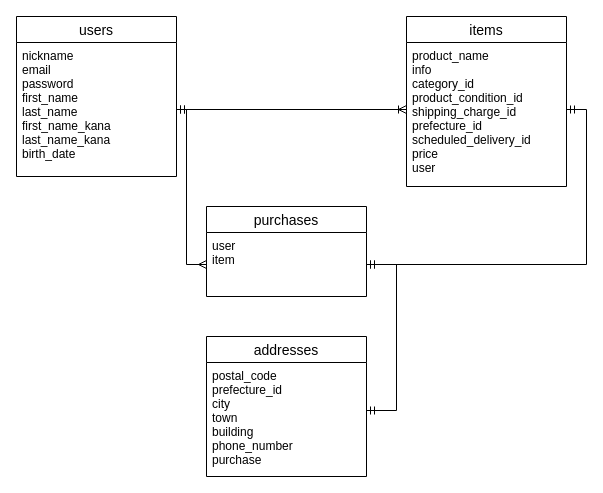
The draw.io diagram test.dio in kodairafumikazu/furima-33027, before the edit. Source tidied: cells renumbered, new cells numbered last; positions are measured from the earlier drawing's top-left corner, leaving out a move shared by most shapes. Both pictures are drawn from the tidied source at 100%, with x=0, y=0 at pixel (16, 16).
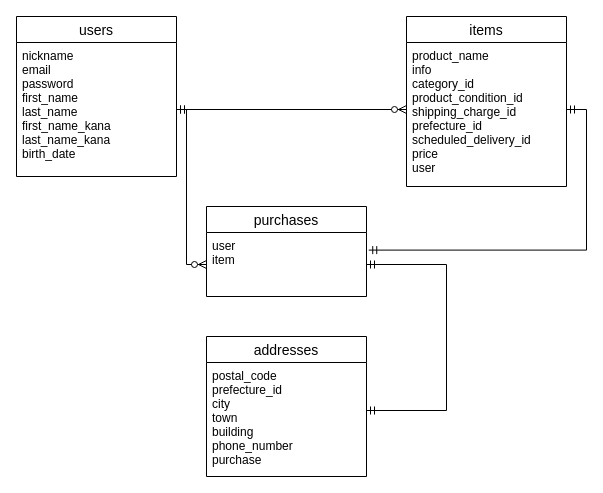
Above is the later version.

What changed in the source:
```diff
@@
 <mxGraphModel>
   <root>
     <mxCell id="0" />
     <mxCell id="1" parent="0" />
     <mxCell id="2" value="users" style="swimlane;fontStyle=0;horizontal=1;startSize=26;align=center;fontSize=14;" parent="1" vertex="1">
       <mxGeometry width="160" height="160" as="geometry" />
     </mxCell>
     <mxCell id="3" value="nickname&#10;email&#10;password&#10;first_name&#10;last_name&#10;first_name_kana&#10;last_name_kana&#10;birth_date&#10;" style="text;strokeColor=none;fillColor=none;spacingLeft=4;spacingRight=4;overflow=hidden;points=[[0,0.5],[1,0.5]];portConstraint=eastwest;fontSize=12;" parent="2" vertex="1">
       <mxGeometry y="26" width="160" height="134" as="geometry" />
     </mxCell>
     <mxCell id="4" value="addresses" style="swimlane;fontStyle=0;horizontal=1;startSize=26;align=center;fontSize=14;" parent="1" vertex="1">
       <mxGeometry x="190" y="320" width="160" height="140" as="geometry" />
     </mxCell>
     <mxCell id="5" value="postal_code&#10;prefecture_id&#10;city&#10;town&#10;building&#10;phone_number&#10;purchase" style="text;strokeColor=none;fillColor=none;spacingLeft=4;spacingRight=4;overflow=hidden;points=[[0,0.5],[1,0.5]];portConstraint=eastwest;fontSize=12;" parent="4" vertex="1">
       <mxGeometry y="26" width="160" height="114" as="geometry" />
     </mxCell>
     <mxCell id="6" value="purchases" style="swimlane;fontStyle=0;horizontal=1;startSize=26;align=center;fontSize=14;" parent="1" vertex="1">
       <mxGeometry x="190" y="190" width="160" height="90" as="geometry" />
     </mxCell>
     <mxCell id="7" value="user&#10;item" style="text;strokeColor=none;fillColor=none;spacingLeft=4;spacingRight=4;overflow=hidden;points=[[0,0.5],[1,0.5]];portConstraint=eastwest;fontSize=12;" parent="6" vertex="1">
       <mxGeometry y="26" width="160" height="64" as="geometry" />
     </mxCell>
     <mxCell id="8" value="items" style="swimlane;fontStyle=0;horizontal=1;startSize=26;align=center;fontSize=14;" parent="1" vertex="1">
       <mxGeometry x="390" width="160" height="170" as="geometry" />
     </mxCell>
-    <mxCell id="9" style="edgeStyle=orthogonalEdgeStyle;rounded=0;jettySize=auto;html=1;entryX=0;entryY=0.5;entryDx=0;entryDy=0;startArrow=ERmandOne;startFill=0;endArrow=ERmany;endFill=0;" parent="1" edge="1" source="3" target="7">
+    <mxCell id="9" style="edgeStyle=orthogonalEdgeStyle;rounded=0;jettySize=auto;html=1;entryX=0;entryY=0.5;entryDx=0;entryDy=0;startArrow=ERmandOne;startFill=0;endArrow=ERzeroToMany;endFill=1;" parent="1" edge="1" source="3" target="7">
       <mxGeometry relative="1" as="geometry">
         <Array as="points">
           <mxPoint x="170" y="93" />
           <mxPoint x="170" y="248" />
         </Array>
       </mxGeometry>
     </mxCell>
+    <mxCell id="11" style="edgeStyle=orthogonalEdgeStyle;rounded=0;jettySize=auto;html=1;startArrow=ERmandOne;startFill=0;endArrow=ERmandOne;endFill=0;" parent="1" edge="1" source="7" target="5">
+      <mxGeometry relative="1" as="geometry">
+        <Array as="points">
+          <mxPoint x="430" y="248" />
+          <mxPoint x="430" y="394" />
+        </Array>
+      </mxGeometry>
+    </mxCell>
-    <mxCell id="10" style="edgeStyle=orthogonalEdgeStyle;rounded=0;jettySize=auto;html=1;entryX=1;entryY=0.5;entryDx=0;entryDy=0;startArrow=ERmandOne;startFill=0;endArrow=ERmandOne;endFill=0;" parent="1" edge="1" source="12" target="7">
-      <mxGeometry relative="1" as="geometry">
-        <Array as="points">
-          <mxPoint x="570" y="93" />
-          <mxPoint x="570" y="248" />
-        </Array>
-      </mxGeometry>
+    <mxCell id="10" style="edgeStyle=orthogonalEdgeStyle;rounded=0;jettySize=auto;html=1;exitX=1;exitY=0.5;exitDx=0;exitDy=0;entryX=1.014;entryY=0.275;entryDx=0;entryDy=0;entryPerimeter=0;endArrow=ERmandOne;endFill=0;startArrow=ERmandOne;startFill=0;" parent="1" edge="1" source="12" target="7">
+      <mxGeometry relative="1" as="geometry" />
     </mxCell>
-    <mxCell id="11" style="edgeStyle=orthogonalEdgeStyle;rounded=0;jettySize=auto;html=1;startArrow=ERmandOne;startFill=0;endArrow=ERmandOne;endFill=0;" parent="1" edge="1" source="7" target="5">
-      <mxGeometry relative="1" as="geometry">
-        <Array as="points">
-          <mxPoint x="380" y="248" />
-          <mxPoint x="380" y="394" />
-        </Array>
-      </mxGeometry>
-    </mxCell>
     <mxCell id="12" value="product_name&#10;info&#10;category_id&#10;product_condition_id&#10;shipping_charge_id&#10;prefecture_id&#10;scheduled_delivery_id&#10;price&#10;user&#10;&#10;" style="text;strokeColor=none;fillColor=none;spacingLeft=4;spacingRight=4;overflow=hidden;points=[[0,0.5],[1,0.5]];portConstraint=eastwest;fontSize=12;" parent="1" vertex="1">
       <mxGeometry x="390" y="26" width="160" height="134" as="geometry" />
     </mxCell>
-    <mxCell id="13" style="edgeStyle=orthogonalEdgeStyle;rounded=0;jettySize=auto;html=1;entryX=0;entryY=0.5;entryDx=0;entryDy=0;startArrow=ERmandOne;startFill=0;endArrow=ERoneToMany;endFill=0;" parent="1" edge="1" source="3" target="12">
+    <mxCell id="13" style="edgeStyle=orthogonalEdgeStyle;rounded=0;jettySize=auto;html=1;entryX=0;entryY=0.5;entryDx=0;entryDy=0;startArrow=ERmandOne;startFill=0;endArrow=ERzeroToMany;endFill=1;" parent="1" edge="1" source="3" target="12">
       <mxGeometry relative="1" as="geometry" />
     </mxCell>
   </root>
 </mxGraphModel>
```
